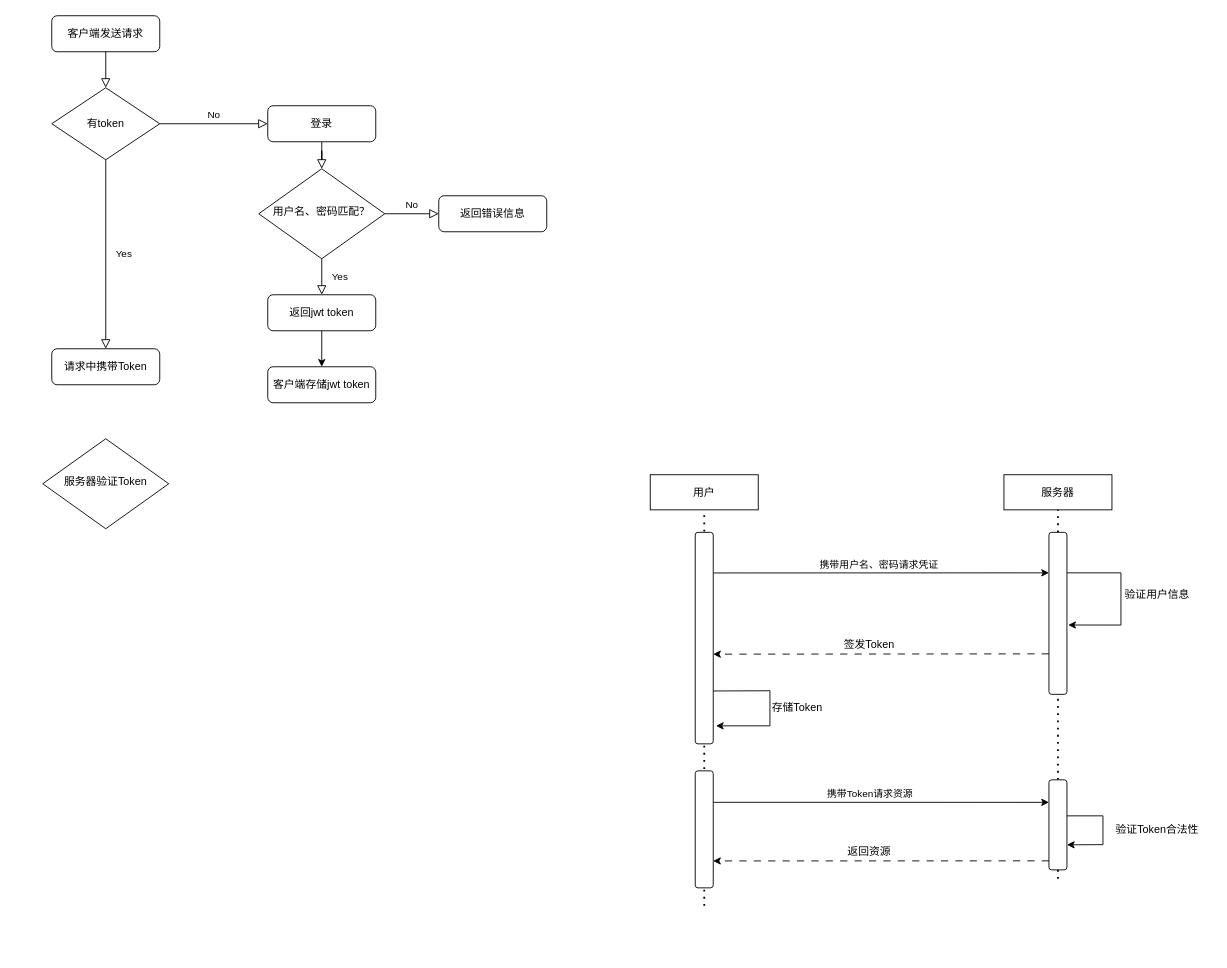
Above: 未命名绘图.drawio in Git-snake/draw.io (draw.io), before the change. Source tidied: cells renumbered, new cells numbered last; positions are measured from the earlier drawing's top-left corner, leaving out a move shared by most shapes. Both pictures are drawn from the tidied source at 90%, with x=0, y=0 at pixel (42, 15).
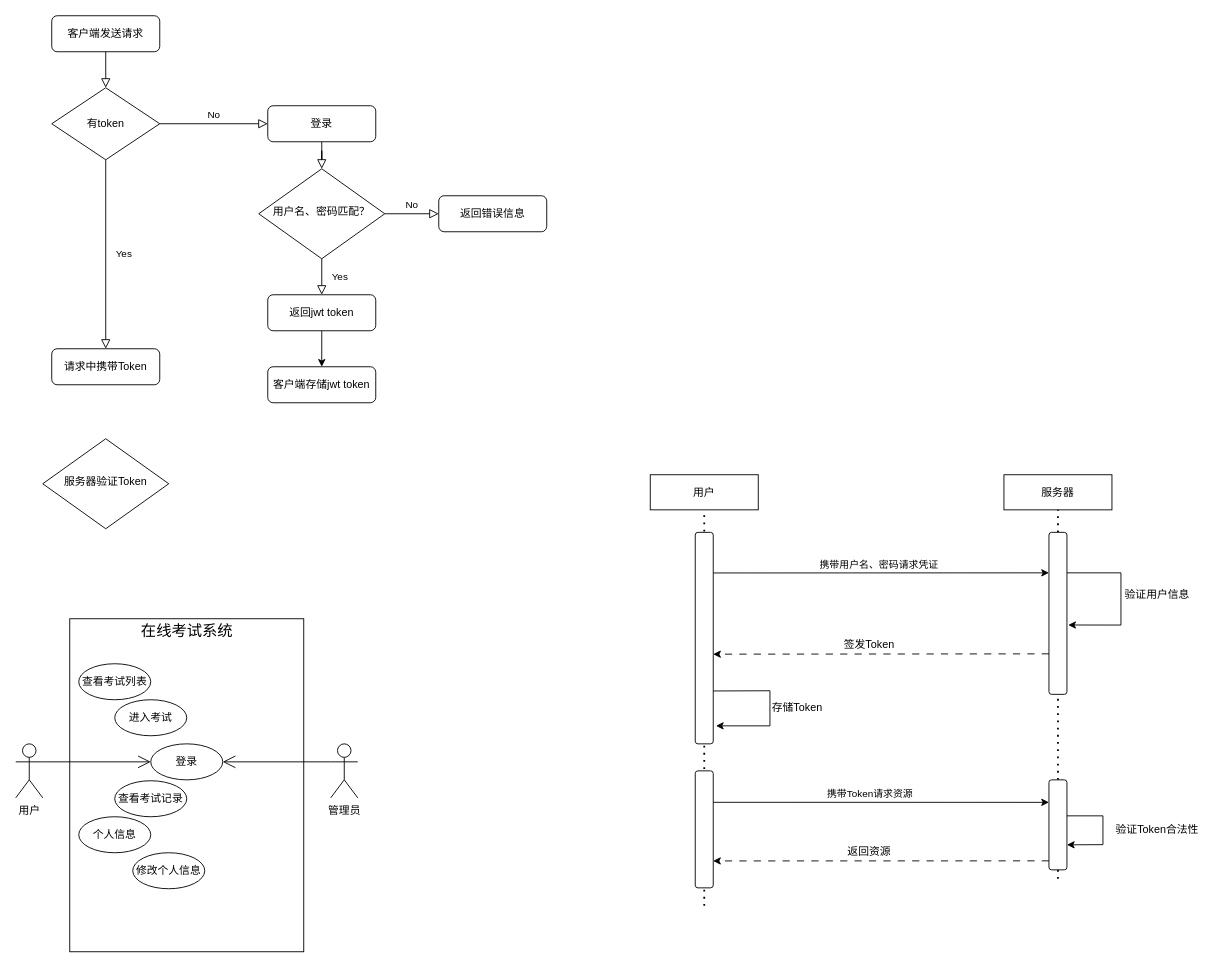
The same page after the edit.

Commit message:
更新未命名绘图.drawio

Diff of the diagram source:
```diff
@@
+    <mxCell id="42" style="whiteSpace=wrap;html=1;" parent="1" vertex="1">
+      <mxGeometry x="30" y="670" width="260" height="370" as="geometry" />
+    </mxCell>
+    <mxCell id="43" value="&lt;font style=&quot;font-size: 17px;&quot;&gt;在线考试系统&lt;/font&gt;" style="text;html=1;align=center;verticalAlign=middle;strokeColor=none;fillColor=none;" parent="1" vertex="1">
+      <mxGeometry x="95" y="670" width="130" height="30" as="geometry" />
+    </mxCell>
+    <mxCell id="44" value="用户" style="shape=umlActor;verticalLabelPosition=bottom;verticalAlign=top;html=1;" parent="1" vertex="1">
+      <mxGeometry x="-30" y="809" width="30" height="60" as="geometry" />
+    </mxCell>
+    <mxCell id="45" value="管理员" style="shape=umlActor;verticalLabelPosition=bottom;verticalAlign=top;html=1;" parent="1" vertex="1">
+      <mxGeometry x="320" y="809" width="30" height="60" as="geometry" />
+    </mxCell>
+    <mxCell id="46" style="endArrow=open;endFill=1;endSize=12;html=1;rounded=0;exitX=1;exitY=0.3333333333333333;exitDx=0;exitDy=0;exitPerimeter=0;entryX=0;entryY=0.5;entryDx=0;entryDy=0;" parent="1" edge="1" source="44" target="49">
+      <mxGeometry relative="1" as="geometry" />
+    </mxCell>
+    <mxCell id="47" style="endArrow=open;endFill=1;endSize=12;html=1;rounded=0;exitX=0;exitY=0.3333333333333333;exitDx=0;exitDy=0;exitPerimeter=0;entryX=1;entryY=0.5;entryDx=0;entryDy=0;" parent="1" edge="1" source="45" target="49">
+      <mxGeometry relative="1" as="geometry" />
+    </mxCell>
+    <mxCell id="48" value="查看考试列表" style="ellipse;whiteSpace=wrap;html=1;" parent="1" vertex="1">
+      <mxGeometry x="40" y="720" width="80" height="40" as="geometry" />
+    </mxCell>
+    <mxCell id="49" value="登录" style="ellipse;whiteSpace=wrap;html=1;" parent="1" vertex="1">
+      <mxGeometry x="120" y="809" width="80" height="40" as="geometry" />
+    </mxCell>
+    <mxCell id="50" value="进入考试" style="ellipse;whiteSpace=wrap;html=1;" parent="1" vertex="1">
+      <mxGeometry x="80" y="760" width="80" height="40" as="geometry" />
+    </mxCell>
+    <mxCell id="51" value="查看考试记录" style="ellipse;whiteSpace=wrap;html=1;" parent="1" vertex="1">
+      <mxGeometry x="80" y="850" width="80" height="40" as="geometry" />
+    </mxCell>
+    <mxCell id="52" value="个人信息" style="ellipse;whiteSpace=wrap;html=1;" parent="1" vertex="1">
+      <mxGeometry x="40" y="890" width="80" height="40" as="geometry" />
+    </mxCell>
+    <mxCell id="53" value="修改个人信息" style="ellipse;whiteSpace=wrap;html=1;" parent="1" vertex="1">
+      <mxGeometry x="100" y="930" width="80" height="40" as="geometry" />
+    </mxCell>
```
